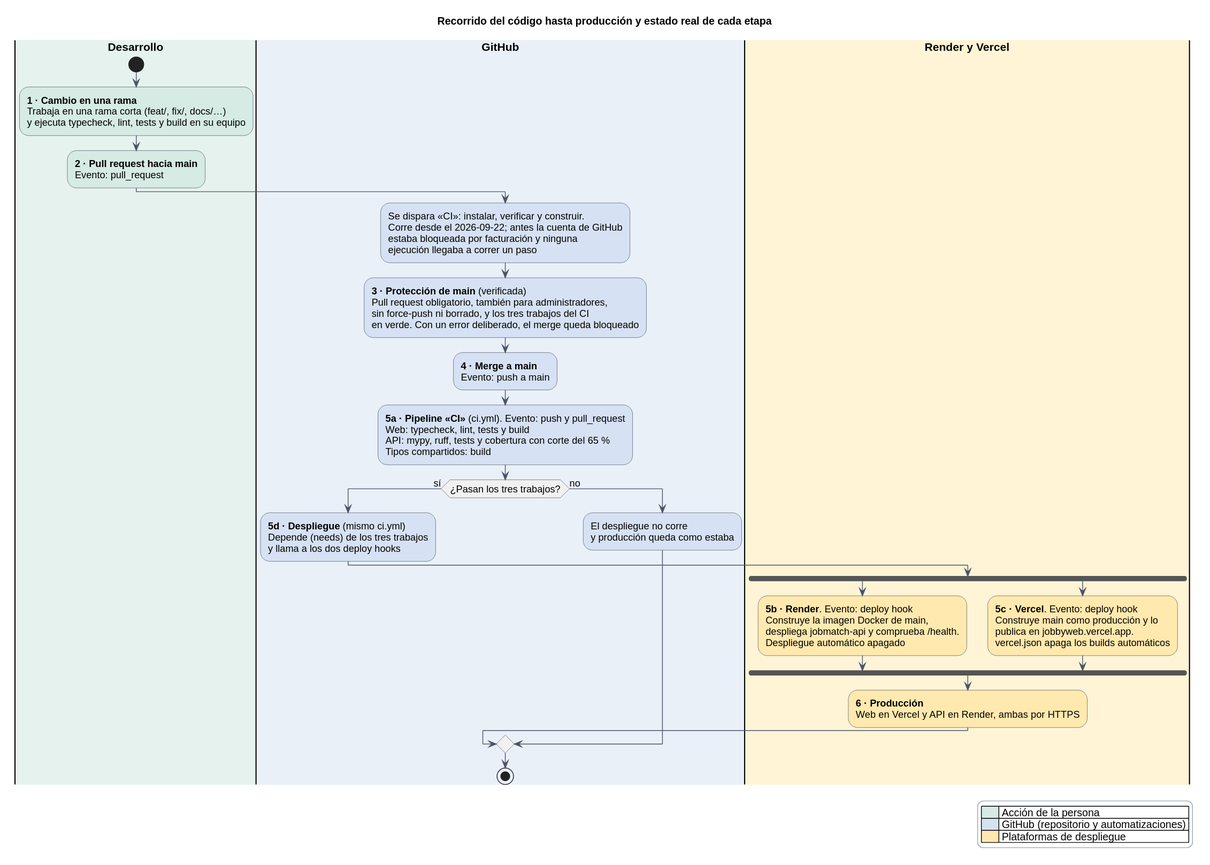
The PlantUML diagram docs/diagramas/recorrido-del-codigo.svg in Buatishi/Jobby, before a commit.
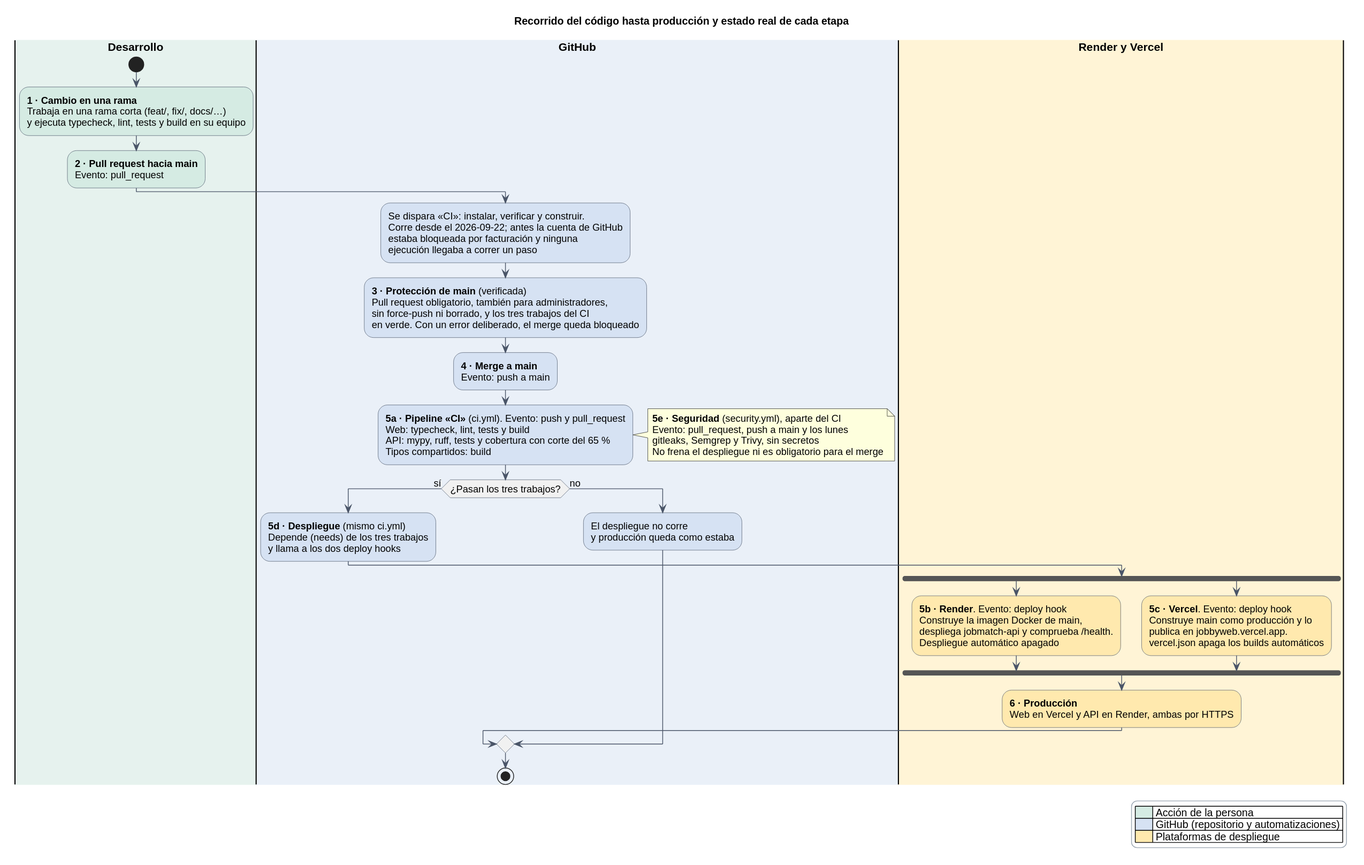
The same diagram one commit later.

Commit message:
Show the security workflow in the architecture document and the pipeline diagram

Change to the diagram source:
```diff
@@ -39,6 +39,12 @@
 Web: typecheck, lint, tests y build
 API: mypy, ruff, tests y cobertura con corte del 65 %
 Tipos compartidos: build; <<#D6E2F3>>
+note right
+  **5e · Seguridad** (security.yml), aparte del CI
+  Evento: pull_request, push a main y los lunes
+  gitleaks, Semgrep y Trivy, sin secretos
+  No frena el despliegue ni es obligatorio para el merge
+end note
 if (¿Pasan los tres trabajos?) then (sí)
   :**5d · Despliegue** (mismo ci.yml)
   Depende (needs) de los tres trabajos
```
